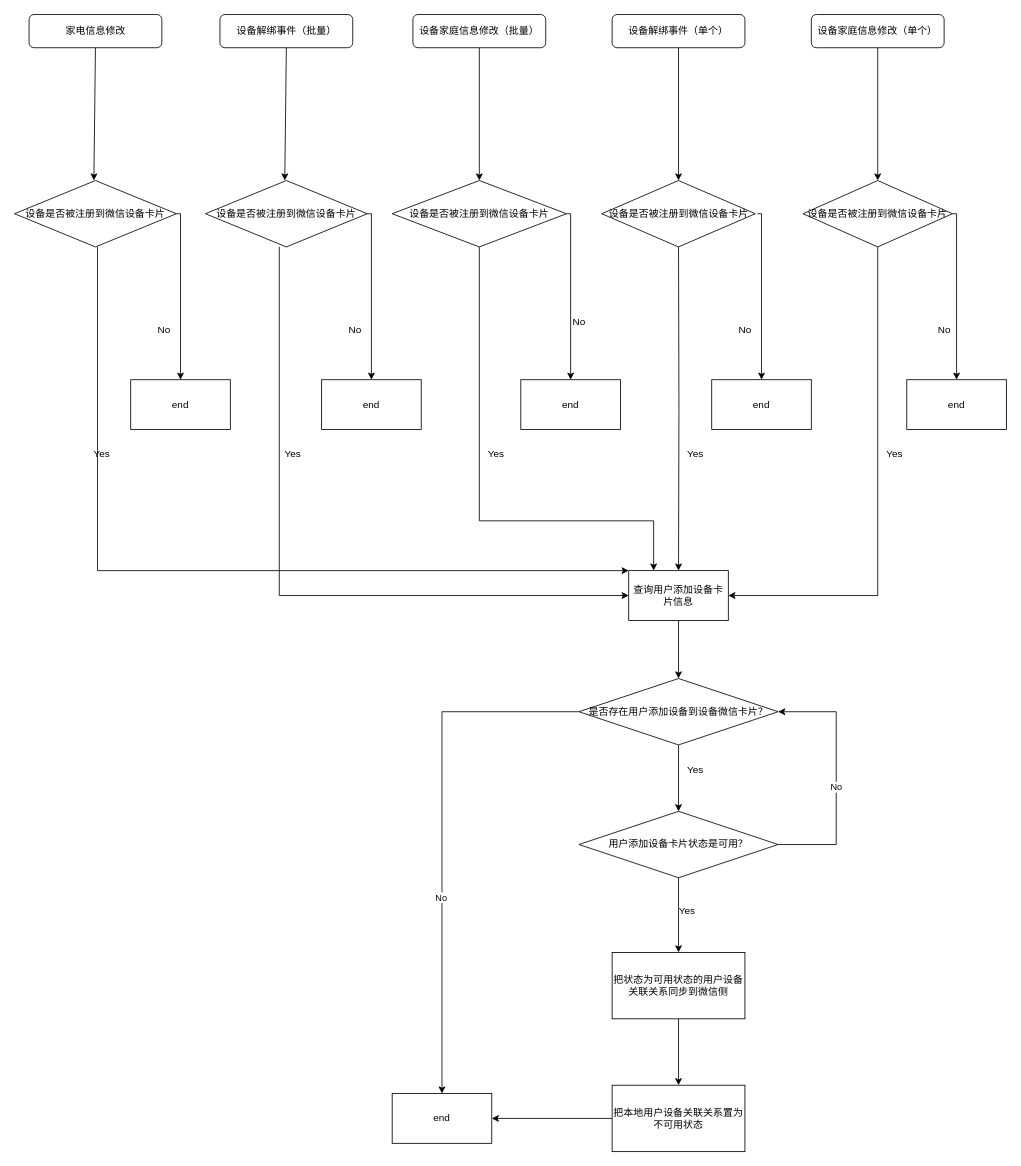
Earlier version of the draw.io diagram page "设备状态变更新" (4 of 5) of 注销后撤回或被驳回.drawio (lizhenghui337/draw). Source tidied: cells renumbered, new cells numbered last; positions are measured from the earlier drawing's top-left corner, leaving out a move shared by most shapes. Both pictures are drawn from the tidied source at 83%, with x=0, y=0 at pixel (14, 14).
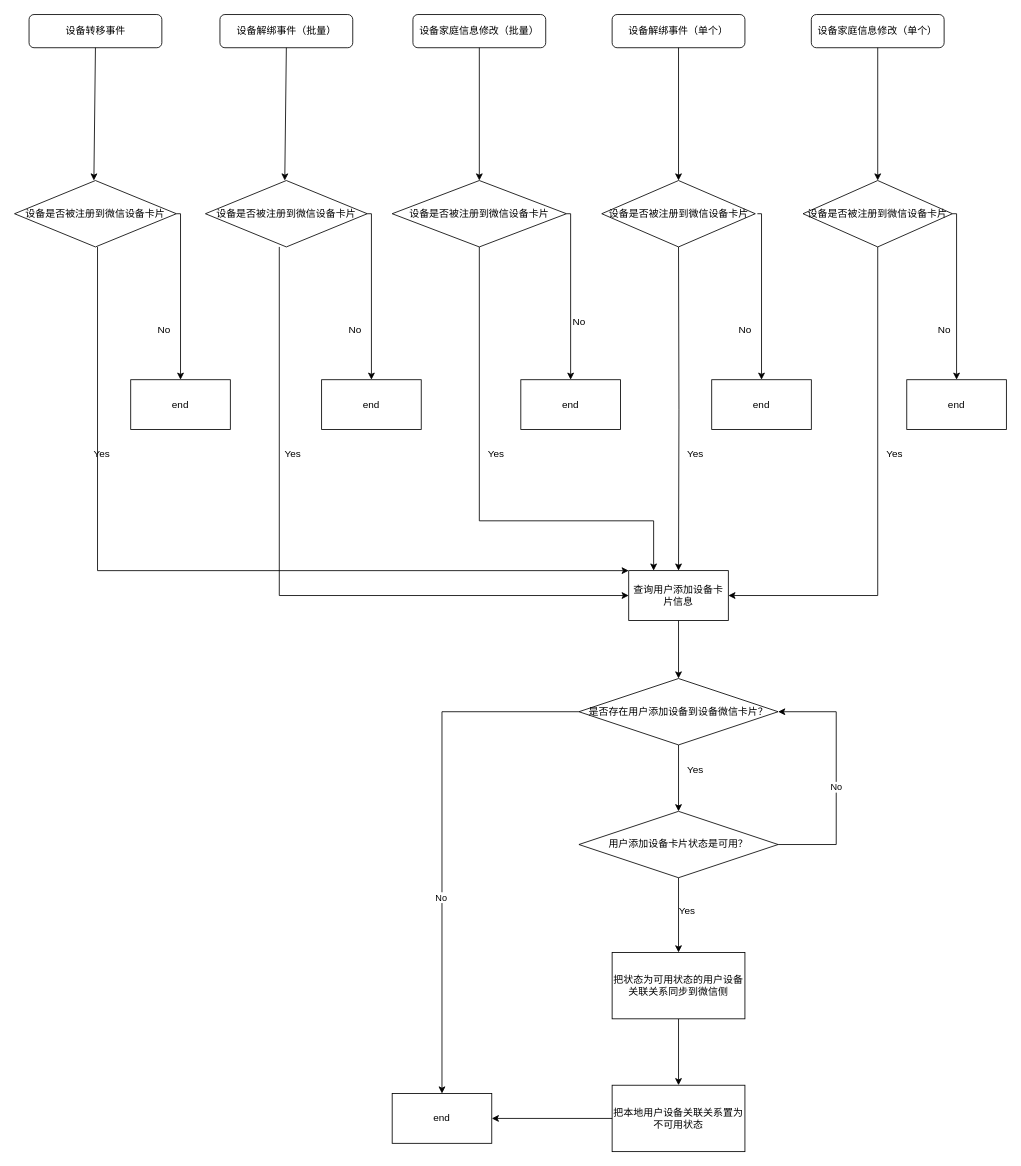
The same page after the edit.

Commit message:
Update 注销后撤回或被驳回.drawio

Change to the diagram source:
```diff
@@
-    <mxCell id="50" value="家电信息修改" style="rounded=1;whiteSpace=wrap;html=1;" parent="1" vertex="1">
+    <mxCell id="50" value="设备转移事件" style="rounded=1;whiteSpace=wrap;html=1;" parent="1" vertex="1">
       <mxGeometry x="17.5" width="160" height="40" as="geometry" />
     </mxCell>
```
